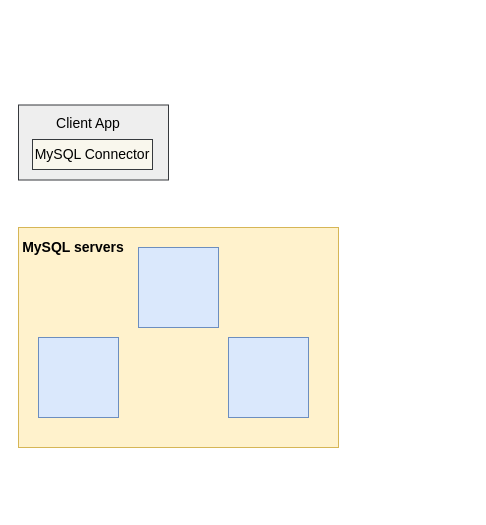
Before: diagram/dashb_diagram.drawio in numnimjun/diagram, a draw.io diagram. Source tidied: cells renumbered, new cells numbered last; positions are measured from the earlier drawing's top-left corner, leaving out a move shared by most shapes. Both pictures are drawn from the tidied source at 100%, with x=0, y=0 at pixel (18, 105).
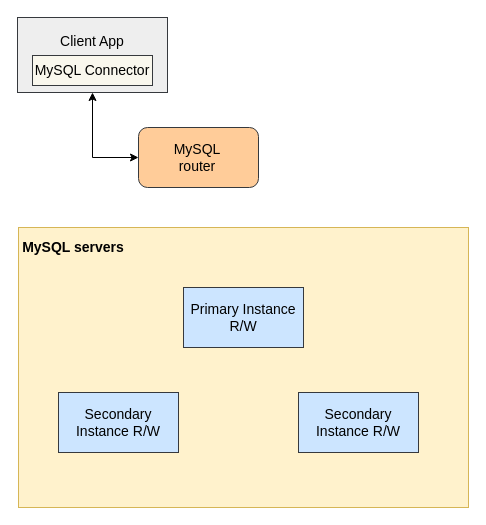
The same diagram, later.

The edit, as a diff of the source:
```diff
@@
 <mxGraphModel>
   <root>
     <mxCell id="0" />
     <mxCell id="1" parent="0" />
     <mxCell id="2" style="rounded=0;whiteSpace=wrap;html=1;fontSize=14;fillColor=#eeeeee;strokeColor=#36393d;" parent="1" vertex="1">
-      <mxGeometry y="-0.5" width="150" height="75" as="geometry" />
+      <mxGeometry x="-1" y="-88" width="150" height="75" as="geometry" />
     </mxCell>
     <mxCell id="3" style="rounded=0;whiteSpace=wrap;html=1;fillColor=#fff2cc;strokeColor=#d6b656;align=left;" parent="1" vertex="1">
-      <mxGeometry y="122" width="320" height="220" as="geometry" />
+      <mxGeometry y="122" width="450" height="280" as="geometry" />
     </mxCell>
-    <mxCell id="4" style="whiteSpace=wrap;html=1;fillColor=#dae8fc;strokeColor=#6c8ebf;" parent="1" vertex="1">
-      <mxGeometry x="120" y="142" width="80" height="80" as="geometry" />
-    </mxCell>
-    <mxCell id="5" style="whiteSpace=wrap;html=1;fillColor=#dae8fc;strokeColor=#6c8ebf;" parent="1" vertex="1">
-      <mxGeometry x="20" y="232" width="80" height="80" as="geometry" />
-    </mxCell>
-    <mxCell id="6" style="whiteSpace=wrap;html=1;fillColor=#dae8fc;strokeColor=#6c8ebf;" parent="1" vertex="1">
-      <mxGeometry x="210" y="232" width="80" height="80" as="geometry" />
-    </mxCell>
     <mxCell id="7" value="MySQL servers" style="text;html=1;strokeColor=none;fillColor=none;align=center;verticalAlign=middle;whiteSpace=wrap;rounded=0;fontStyle=1;fontSize=14;" parent="1" vertex="1">
       <mxGeometry y="122" width="110" height="40" as="geometry" />
     </mxCell>
     <mxCell id="8" value="MySQL Connector" style="rounded=0;whiteSpace=wrap;html=1;fontSize=14;fillColor=#f9f7ed;strokeColor=#36393d;" parent="1" vertex="1">
-      <mxGeometry x="14" y="34" width="120" height="30" as="geometry" />
+      <mxGeometry x="14" y="-50" width="120" height="30" as="geometry" />
     </mxCell>
     <mxCell id="9" value="Client App" style="text;html=1;strokeColor=none;fillColor=none;align=center;verticalAlign=middle;whiteSpace=wrap;rounded=0;fontSize=14;" parent="1" vertex="1">
-      <mxGeometry y="4" width="140" height="28" as="geometry" />
+      <mxGeometry x="4" y="-78" width="140" height="28" as="geometry" />
     </mxCell>
+    <mxCell id="10" value="Primary Instance R/W" style="text;html=1;strokeColor=#36393d;fillColor=#cce5ff;align=center;verticalAlign=middle;whiteSpace=wrap;rounded=0;fontSize=14;" parent="1" vertex="1">
+      <mxGeometry x="165" y="182" width="120" height="60" as="geometry" />
+    </mxCell>
+    <mxCell id="11" value="Secondary Instance R/W" style="text;html=1;strokeColor=#36393d;fillColor=#cce5ff;align=center;verticalAlign=middle;whiteSpace=wrap;rounded=0;fontSize=14;" parent="1" vertex="1">
+      <mxGeometry x="40" y="287" width="120" height="60" as="geometry" />
+    </mxCell>
+    <mxCell id="12" value="Secondary Instance R/W" style="text;html=1;strokeColor=#36393d;fillColor=#cce5ff;align=center;verticalAlign=middle;whiteSpace=wrap;rounded=0;fontSize=14;" parent="1" vertex="1">
+      <mxGeometry x="280" y="287" width="120" height="60" as="geometry" />
+    </mxCell>
+    <mxCell id="13" style="endArrow=classic;startArrow=classic;html=1;rounded=0;fontSize=14;entryX=0.5;entryY=1;entryDx=0;entryDy=0;exitX=0;exitY=0.5;exitDx=0;exitDy=0;" parent="1" edge="1" source="14" target="2">
+      <mxGeometry relative="1" as="geometry">
+        <Array as="points">
+          <mxPoint x="74" y="52" />
+        </Array>
+      </mxGeometry>
+    </mxCell>
+    <mxCell id="14" style="rounded=1;whiteSpace=wrap;html=1;fontSize=14;fillColor=#ffcc99;strokeColor=#36393d;" parent="1" vertex="1">
+      <mxGeometry x="120" y="22" width="120" height="60" as="geometry" />
+    </mxCell>
+    <mxCell id="15" value="MySQL router" style="text;html=1;strokeColor=none;fillColor=none;align=center;verticalAlign=middle;whiteSpace=wrap;rounded=0;fontSize=14;" parent="1" vertex="1">
+      <mxGeometry x="149" y="37" width="60" height="30" as="geometry" />
+    </mxCell>
   </root>
 </mxGraphModel>
```
